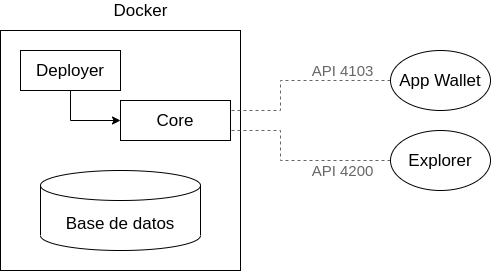
The draw.io diagram Memoria/figuras/diagrama_bloquesARK.png in mvictoria1997/TFG, before a commit. Source tidied: cells renumbered, new cells last; positions are measured from the earlier drawing's top-left corner, leaving out a move shared by most shapes.
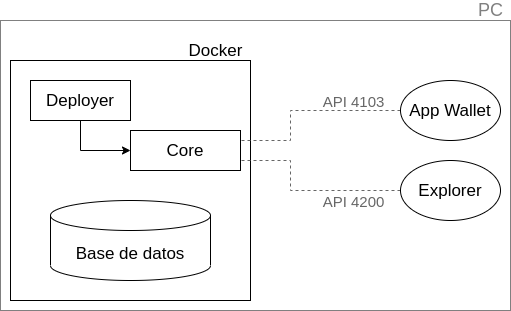
Later version of the same file.

Diff of the diagram source:
```diff
@@ -6,7 +6,7 @@
       <mxGeometry y="30" width="240" height="240" as="geometry" />
     </mxCell>
     <mxCell id="3" value="&lt;font style=&quot;font-size: 17px&quot;&gt;Docker&lt;/font&gt;" style="text;html=1;align=center;verticalAlign=middle;" parent="1" vertex="1">
-      <mxGeometry x="105" width="70" height="20" as="geometry" />
+      <mxGeometry x="170" y="10" width="70" height="20" as="geometry" />
     </mxCell>
     <mxCell id="4" value="&lt;font style=&quot;font-size: 17px&quot;&gt;Core&lt;/font&gt;" style="rounded=0;whiteSpace=wrap;html=1;" parent="1" vertex="1">
       <mxGeometry x="120" y="100" width="110" height="40" as="geometry" />
@@ -52,5 +52,11 @@
     <mxCell id="13" value="&lt;font style=&quot;font-size: 17px&quot;&gt;Deployer&lt;/font&gt;" style="rounded=0;whiteSpace=wrap;html=1;" parent="1" vertex="1">
       <mxGeometry x="20" y="50" width="100" height="40" as="geometry" />
     </mxCell>
+    <mxCell id="14" style="rounded=0;whiteSpace=wrap;html=1;fillColor=none;strokeColor=#808080;" parent="1" vertex="1">
+      <mxGeometry x="-10" y="-10" width="510" height="290" as="geometry" />
+    </mxCell>
+    <mxCell id="15" value="&lt;font style=&quot;font-size: 18px&quot; color=&quot;#808080&quot;&gt;PC&lt;/font&gt;" style="text;html=1;align=center;verticalAlign=middle;" parent="1" vertex="1">
+      <mxGeometry x="460" y="-30" width="40" height="20" as="geometry" />
+    </mxCell>
   </root>
 </mxGraphModel>
```
